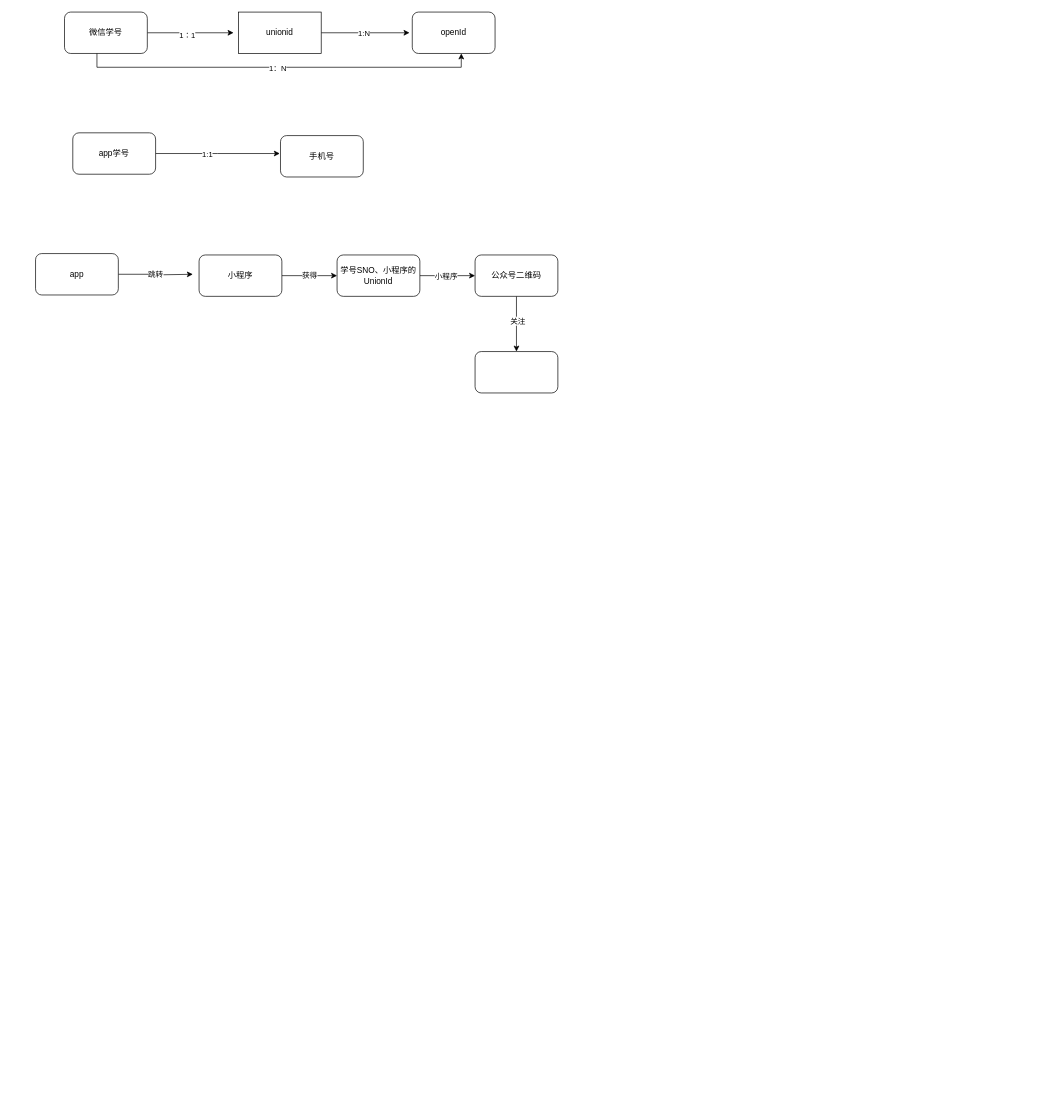
This is 扩展学习流程图/微信公众号消息提醒.drawio from YYB1024/myRemoteRepo, a draw.io file, before an edit. Source tidied: cells renumbered, new cells numbered last; positions are measured from the earlier drawing's top-left corner, leaving out a move shared by most shapes. Both pictures are drawn from the tidied source at 69%, with x=0, y=0 at pixel (35, 12).
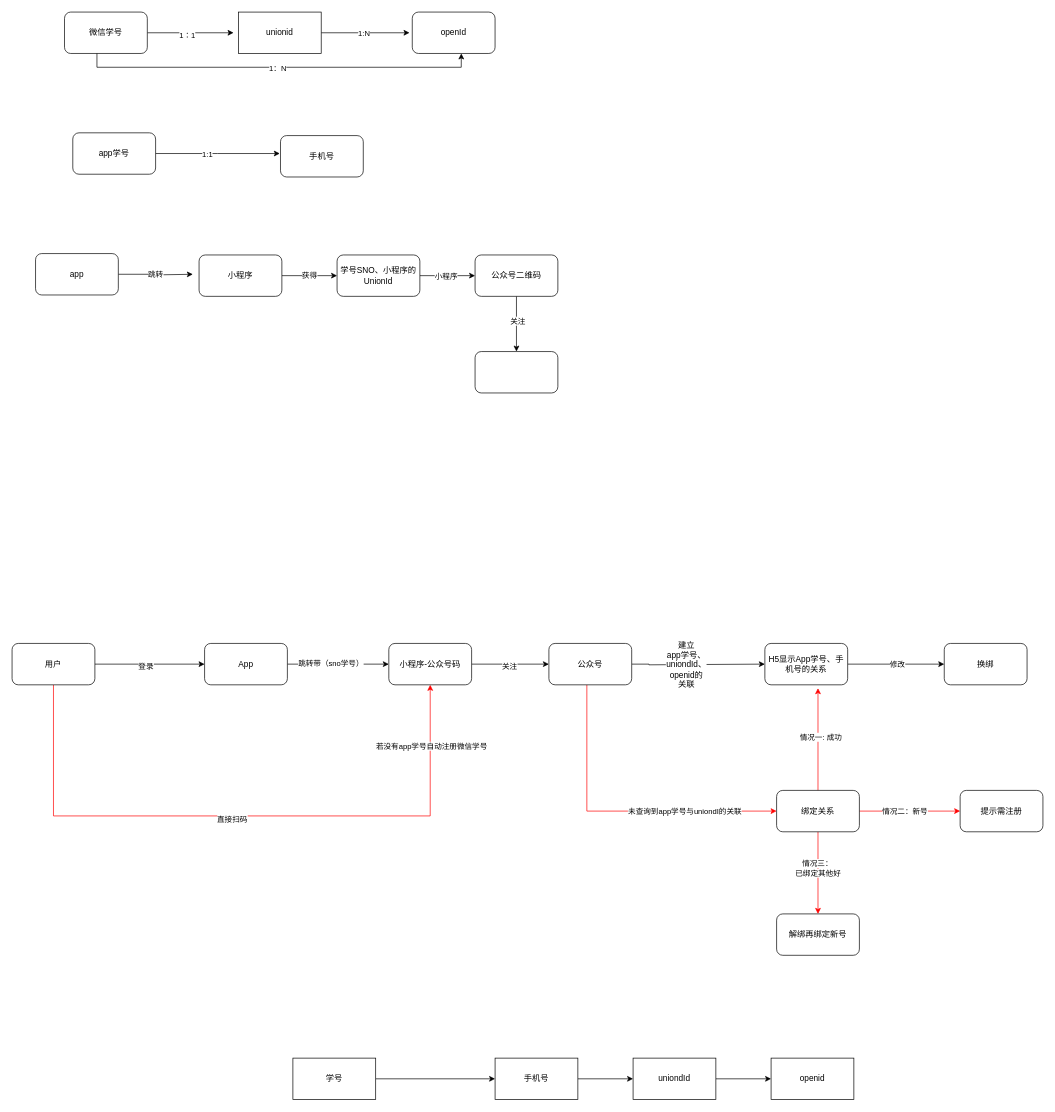
The same diagram, later.

Commit message:
更新微信公众号消息提醒.drawio

What changed in the source:
```diff
@@
+    <mxCell id="26" style="edgeStyle=orthogonalEdgeStyle;rounded=0;jettySize=auto;html=1;entryX=0;entryY=0.5;entryDx=0;entryDy=0;" parent="1" edge="1" source="31" target="34">
+      <mxGeometry relative="1" as="geometry" />
+    </mxCell>
+    <mxCell id="27" value="登录" style="edgeLabel;html=1;align=center;verticalAlign=middle;" parent="26" vertex="1">
+      <mxGeometry x="-0.08" y="-2" relative="1" as="geometry">
+        <mxPoint y="1" as="offset" />
+      </mxGeometry>
+    </mxCell>
+    <mxCell id="28" style="edgeStyle=orthogonalEdgeStyle;rounded=0;jettySize=auto;html=1;entryX=0.5;entryY=1;entryDx=0;entryDy=0;fillColor=#FF8000;strokeColor=#FF0000;" parent="1" edge="1" source="31" target="42">
+      <mxGeometry relative="1" as="geometry">
+        <Array as="points">
+          <mxPoint x="26" y="1165" />
+          <mxPoint x="572" y="1165" />
+        </Array>
+      </mxGeometry>
+    </mxCell>
+    <mxCell id="29" value="直接扫码" style="edgeLabel;html=1;align=center;verticalAlign=middle;" parent="28" vertex="1">
+      <mxGeometry x="-0.03" y="-4" relative="1" as="geometry">
+        <mxPoint x="-1" as="offset" />
+      </mxGeometry>
+    </mxCell>
+    <mxCell id="30" value="若没有app学号自动注册微信学号" style="edgeLabel;html=1;align=center;verticalAlign=middle;" parent="28" vertex="1">
+      <mxGeometry x="0.81" y="-1" relative="1" as="geometry" />
+    </mxCell>
+    <mxCell id="31" value="用户" style="rounded=1;whiteSpace=wrap;html=1;" parent="1" vertex="1">
+      <mxGeometry x="-34" y="915" width="120" height="60" as="geometry" />
+    </mxCell>
+    <mxCell id="32" style="edgeStyle=orthogonalEdgeStyle;rounded=0;jettySize=auto;html=1;" parent="1" edge="1" source="34" target="42">
+      <mxGeometry relative="1" as="geometry" />
+    </mxCell>
+    <mxCell id="33" value="跳转带（sno学号）" style="edgeLabel;html=1;align=center;verticalAlign=middle;" parent="32" vertex="1">
+      <mxGeometry x="-0.16" y="3" relative="1" as="geometry">
+        <mxPoint y="1" as="offset" />
+      </mxGeometry>
+    </mxCell>
+    <mxCell id="34" value="App" style="rounded=1;whiteSpace=wrap;html=1;" parent="1" vertex="1">
+      <mxGeometry x="245" y="915" width="120" height="60" as="geometry" />
+    </mxCell>
+    <mxCell id="35" style="edgeStyle=orthogonalEdgeStyle;rounded=0;jettySize=auto;html=1;entryX=0;entryY=0.5;entryDx=0;entryDy=0;" parent="1" edge="1" source="39" target="45">
+      <mxGeometry relative="1" as="geometry">
+        <Array as="points">
+          <mxPoint x="889" y="945" />
+          <mxPoint x="889" y="946" />
+        </Array>
+      </mxGeometry>
+    </mxCell>
+    <mxCell id="36" value="&lt;span style=&quot;font-size: 12px; text-wrap: wrap;&quot;&gt;建立&lt;br&gt;app学号、&lt;br&gt;uniondId、&lt;br&gt;openid的关联&lt;/span&gt;" style="edgeLabel;html=1;align=center;verticalAlign=middle;" parent="35" vertex="1">
+      <mxGeometry x="-0.18" relative="1" as="geometry" />
+    </mxCell>
+    <mxCell id="37" style="edgeStyle=orthogonalEdgeStyle;rounded=0;jettySize=auto;html=1;entryX=0;entryY=0.5;entryDx=0;entryDy=0;strokeColor=#FF0000;" parent="1" edge="1" source="39" target="53">
+      <mxGeometry relative="1" as="geometry">
+        <Array as="points">
+          <mxPoint x="799" y="1158" />
+        </Array>
+      </mxGeometry>
+    </mxCell>
+    <mxCell id="38" value="未查询到app学号与uniondI的关联" style="edgeLabel;html=1;align=center;verticalAlign=middle;" parent="37" vertex="1">
+      <mxGeometry x="0.23" y="1" relative="1" as="geometry">
+        <mxPoint x="42" y="1" as="offset" />
+      </mxGeometry>
+    </mxCell>
+    <mxCell id="39" value="公众号" style="rounded=1;whiteSpace=wrap;html=1;" parent="1" vertex="1">
+      <mxGeometry x="744" y="915" width="120" height="60" as="geometry" />
+    </mxCell>
+    <mxCell id="40" style="edgeStyle=orthogonalEdgeStyle;rounded=0;jettySize=auto;html=1;" parent="1" edge="1" source="42" target="39">
+      <mxGeometry relative="1" as="geometry" />
+    </mxCell>
+    <mxCell id="41" value="关注" style="edgeLabel;html=1;align=center;verticalAlign=middle;" parent="40" vertex="1">
+      <mxGeometry x="-0.04" y="-1" relative="1" as="geometry">
+        <mxPoint y="1" as="offset" />
+      </mxGeometry>
+    </mxCell>
+    <mxCell id="42" value="小程序-公众号码" style="rounded=1;whiteSpace=wrap;html=1;" parent="1" vertex="1">
+      <mxGeometry x="512" y="915" width="120" height="60" as="geometry" />
+    </mxCell>
+    <mxCell id="43" style="edgeStyle=orthogonalEdgeStyle;rounded=0;jettySize=auto;html=1;" parent="1" edge="1" source="45" target="46">
+      <mxGeometry relative="1" as="geometry" />
+    </mxCell>
+    <mxCell id="44" value="修改" style="edgeLabel;html=1;align=center;verticalAlign=middle;" parent="43" vertex="1">
+      <mxGeometry x="0.02" y="1" relative="1" as="geometry" />
+    </mxCell>
+    <mxCell id="45" value="H5显示App学号、手机号的关系" style="whiteSpace=wrap;html=1;rounded=1;" parent="1" vertex="1">
+      <mxGeometry x="1057" y="915" width="120" height="60" as="geometry" />
+    </mxCell>
+    <mxCell id="46" value="换绑" style="whiteSpace=wrap;html=1;rounded=1;" parent="1" vertex="1">
+      <mxGeometry x="1317" y="915" width="120" height="60" as="geometry" />
+    </mxCell>
+    <mxCell id="47" style="edgeStyle=orthogonalEdgeStyle;rounded=0;jettySize=auto;html=1;strokeColor=#FF0000;" parent="1" edge="1" source="53">
+      <mxGeometry relative="1" as="geometry">
+        <mxPoint x="1134" y="979.9" as="targetPoint" />
+      </mxGeometry>
+    </mxCell>
+    <mxCell id="48" value="情况一: 成功" style="edgeLabel;html=1;align=center;verticalAlign=middle;" parent="47" vertex="1">
+      <mxGeometry x="0.04" y="-3" relative="1" as="geometry">
+        <mxPoint y="-1" as="offset" />
+      </mxGeometry>
+    </mxCell>
+    <mxCell id="49" style="edgeStyle=orthogonalEdgeStyle;rounded=0;jettySize=auto;html=1;strokeColor=#FF0000;" parent="1" edge="1" source="53" target="54">
+      <mxGeometry relative="1" as="geometry" />
+    </mxCell>
+    <mxCell id="50" value="情况二：新号" style="edgeLabel;html=1;align=center;verticalAlign=middle;" parent="49" vertex="1">
+      <mxGeometry x="-0.09" relative="1" as="geometry">
+        <mxPoint x="-1" as="offset" />
+      </mxGeometry>
+    </mxCell>
+    <mxCell id="51" value="已绑定其他好" style="edgeStyle=orthogonalEdgeStyle;rounded=0;jettySize=auto;html=1;strokeColor=#FF0000;" parent="1" edge="1" source="53" target="55">
+      <mxGeometry relative="1" as="geometry" />
+    </mxCell>
+    <mxCell id="52" value="情况三：" style="edgeLabel;html=1;align=center;verticalAlign=middle;" parent="51" vertex="1">
+      <mxGeometry x="-0.25" y="-2" relative="1" as="geometry" />
+    </mxCell>
+    <mxCell id="53" value="绑定关系" style="rounded=1;whiteSpace=wrap;html=1;" parent="1" vertex="1">
+      <mxGeometry x="1074" y="1128" width="120" height="60" as="geometry" />
+    </mxCell>
+    <mxCell id="54" value="提示需注册" style="whiteSpace=wrap;html=1;rounded=1;" parent="1" vertex="1">
+      <mxGeometry x="1340" y="1128" width="120" height="60" as="geometry" />
+    </mxCell>
+    <mxCell id="55" value="解绑再绑定新号" style="whiteSpace=wrap;html=1;rounded=1;" parent="1" vertex="1">
+      <mxGeometry x="1074" y="1307" width="120" height="60" as="geometry" />
+    </mxCell>
+    <mxCell id="56" style="edgeStyle=orthogonalEdgeStyle;rounded=0;jettySize=auto;html=1;" parent="1" edge="1" source="57" target="59">
+      <mxGeometry relative="1" as="geometry" />
+    </mxCell>
+    <mxCell id="57" value="学号" style="whiteSpace=wrap;html=1;" parent="1" vertex="1">
+      <mxGeometry x="373" y="1516" width="120" height="60" as="geometry" />
+    </mxCell>
+    <mxCell id="58" style="edgeStyle=orthogonalEdgeStyle;rounded=0;jettySize=auto;html=1;" parent="1" edge="1" source="59" target="61">
+      <mxGeometry relative="1" as="geometry" />
+    </mxCell>
+    <mxCell id="59" value="手机号" style="whiteSpace=wrap;html=1;" parent="1" vertex="1">
+      <mxGeometry x="666" y="1516" width="120" height="60" as="geometry" />
+    </mxCell>
+    <mxCell id="60" style="edgeStyle=orthogonalEdgeStyle;rounded=0;jettySize=auto;html=1;" parent="1" edge="1" source="61" target="62">
+      <mxGeometry relative="1" as="geometry" />
+    </mxCell>
+    <mxCell id="61" value="uniondId" style="whiteSpace=wrap;html=1;" parent="1" vertex="1">
+      <mxGeometry x="866" y="1516" width="120" height="60" as="geometry" />
+    </mxCell>
+    <mxCell id="62" value="openid" style="whiteSpace=wrap;html=1;" parent="1" vertex="1">
+      <mxGeometry x="1066" y="1516" width="120" height="60" as="geometry" />
+    </mxCell>
```
